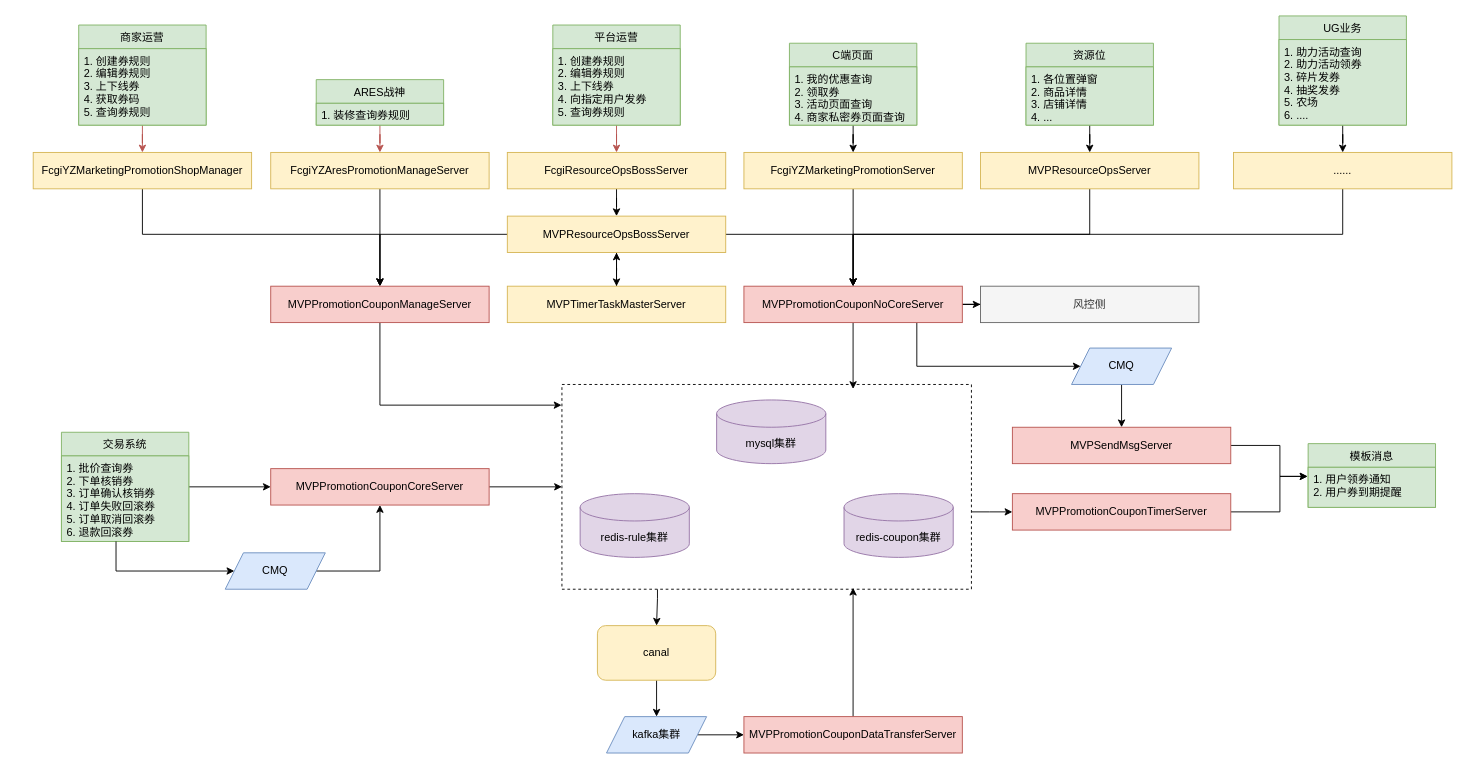
Before: Untitled Diagram.drawio in YangJuly/FigureBed, a draw.io diagram. Source tidied: cells renumbered, new cells numbered last; positions are measured from the earlier drawing's top-left corner, leaving out a move shared by most shapes. Both pictures are drawn from the tidied source at 91%, with x=0, y=0 at pixel (33, 15).
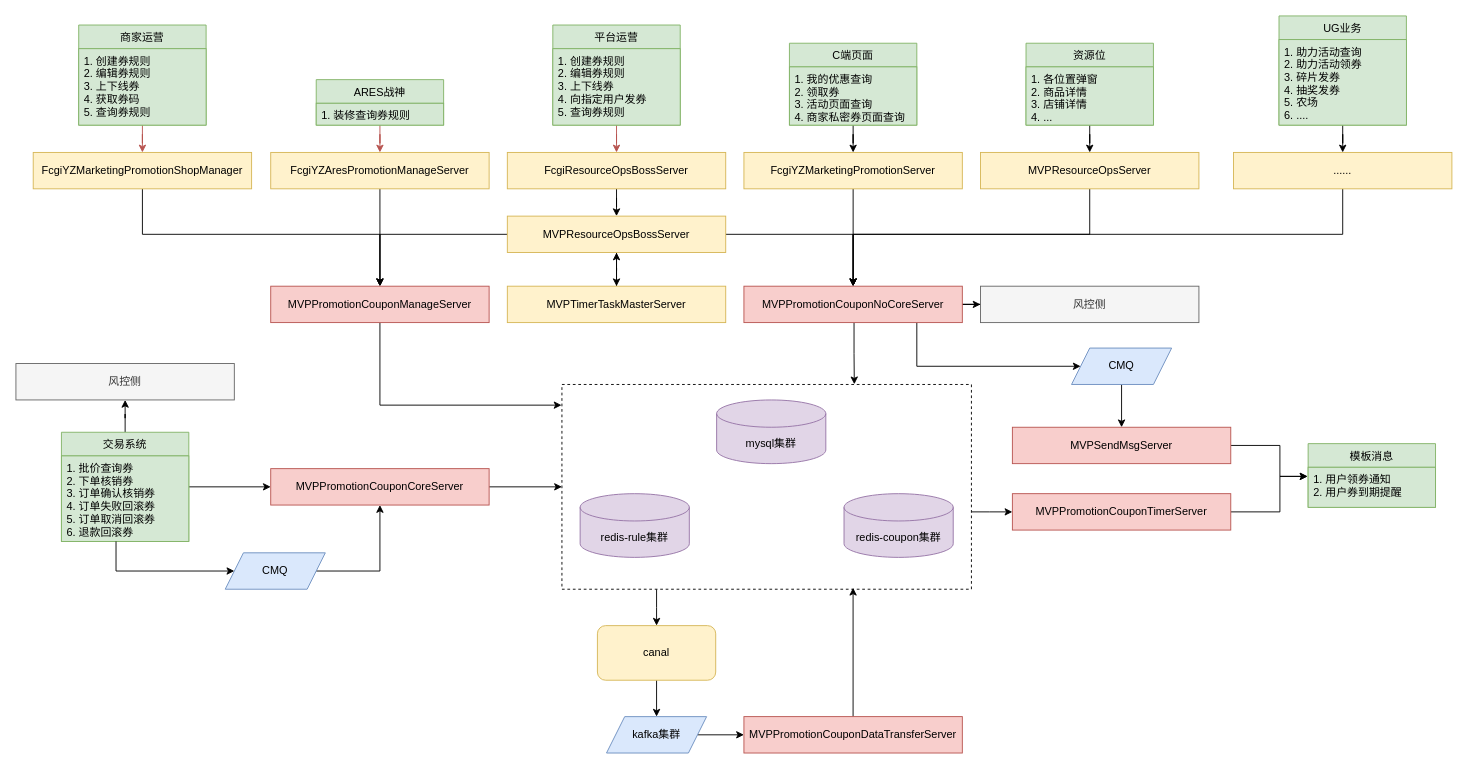
After the change.

The change refers to these unchanged cells:
```xml
<mxCell id="4" style="rounded=0;whiteSpace=wrap;html=1;dashed=1;" parent="1" vertex="1">
  <mxGeometry x="581" y="405" width="450" height="225" as="geometry" />
</mxCell>
<mxCell id="9" value="canal" style="rounded=1;whiteSpace=wrap;html=1;fillColor=#fff2cc;strokeColor=#d6b656;" parent="1" vertex="1">
  <mxGeometry x="620" y="670" width="130" height="60" as="geometry" />
</mxCell>
<mxCell id="32" value="交易系统" style="swimlane;fontStyle=0;horizontal=1;startSize=26;fillColor=#d5e8d4;strokeColor=#82b366;" parent="1" vertex="1">
  <mxGeometry x="31" y="457.5" width="140" height="120" as="geometry" />
</mxCell>
<mxCell id="44" value="MVPPromotionCouponNoCoreServer" style="rounded=0;whiteSpace=wrap;html=1;fillColor=#f8cecc;strokeColor=#b85450;" parent="1" vertex="1">
  <mxGeometry x="781" y="297" width="240" height="40" as="geometry" />
</mxCell>
<mxCell id="60" value="MVPPromotionCouponTimerServer" style="rounded=0;whiteSpace=wrap;html=1;fillColor=#f8cecc;strokeColor=#b85450;" parent="1" vertex="1">
  <mxGeometry x="1076" y="525" width="240" height="40" as="geometry" />
</mxCell>
```

Change to the diagram source:
```diff
@@
+    <mxCell id="3" style="edgeStyle=orthogonalEdgeStyle;rounded=0;jettySize=auto;html=1;" parent="1" edge="1" source="4" target="60">
+      <mxGeometry relative="1" as="geometry">
+        <Array as="points">
+          <mxPoint x="1051" y="545" />
+          <mxPoint x="1051" y="545" />
+        </Array>
+      </mxGeometry>
+    </mxCell>
-    <mxCell id="2" style="edgeStyle=orthogonalEdgeStyle;rounded=0;jettySize=auto;html=1;entryX=0.5;entryY=0;entryDx=0;entryDy=0;" parent="1" edge="1" source="4" target="9">
+    <mxCell id="2" style="edgeStyle=orthogonalEdgeStyle;rounded=0;jettySize=auto;html=1;" parent="1" edge="1" source="4" target="9">
       <mxGeometry relative="1" as="geometry">
         <Array as="points">
-          <mxPoint x="686" y="640" />
-          <mxPoint x="686" y="640" />
+          <mxPoint x="685" y="650" />
+          <mxPoint x="685" y="650" />
         </Array>
       </mxGeometry>
     </mxCell>
-    <mxCell id="3" style="edgeStyle=orthogonalEdgeStyle;rounded=0;jettySize=auto;html=1;" parent="1" edge="1" source="4" target="60">
-      <mxGeometry relative="1" as="geometry">
-        <Array as="points">
-          <mxPoint x="1051" y="545" />
-          <mxPoint x="1051" y="545" />
-        </Array>
-      </mxGeometry>
-    </mxCell>
@@
+    <mxCell id="73" style="edgeStyle=orthogonalEdgeStyle;rounded=0;jettySize=auto;html=1;" parent="1" edge="1" source="32" target="74">
+      <mxGeometry relative="1" as="geometry" />
+    </mxCell>
@@
-    <mxCell id="42" style="edgeStyle=orthogonalEdgeStyle;rounded=0;jettySize=auto;html=1;entryX=0.711;entryY=0.022;entryDx=0;entryDy=0;entryPerimeter=0;" parent="1" edge="1" source="44" target="4">
-      <mxGeometry relative="1" as="geometry" />
+    <mxCell id="42" style="edgeStyle=orthogonalEdgeStyle;rounded=0;jettySize=auto;html=1;entryX=0.714;entryY=-0.001;entryDx=0;entryDy=0;entryPerimeter=0;" parent="1" edge="1" source="44" target="4">
+      <mxGeometry relative="1" as="geometry">
+        <Array as="points">
+          <mxPoint x="902" y="371" />
+          <mxPoint x="902" y="371" />
+        </Array>
+      </mxGeometry>
     </mxCell>
@@
+    <mxCell id="74" value="风控侧" style="rounded=0;whiteSpace=wrap;html=1;fillColor=#f5f5f5;strokeColor=#666666;fontColor=#333333;" parent="1" vertex="1">
+      <mxGeometry x="-19" y="382" width="240" height="40" as="geometry" />
+    </mxCell>
```
